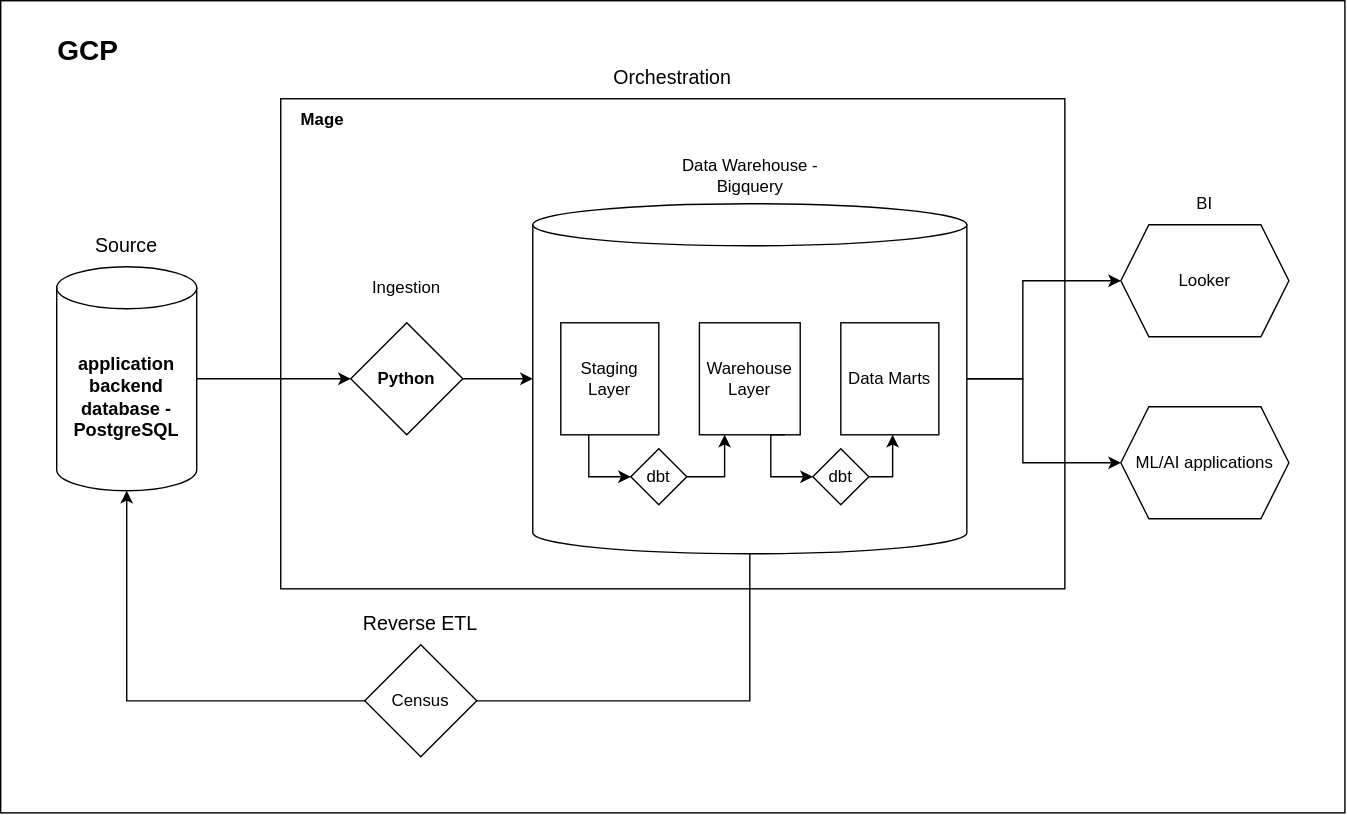
The draw.io diagram infrastructure_diagram.svg in moses90/bolt-modeling-task, before a commit. Source tidied: cells renumbered, new cells last; positions are measured from the earlier drawing's top-left corner, leaving out a move shared by most shapes.
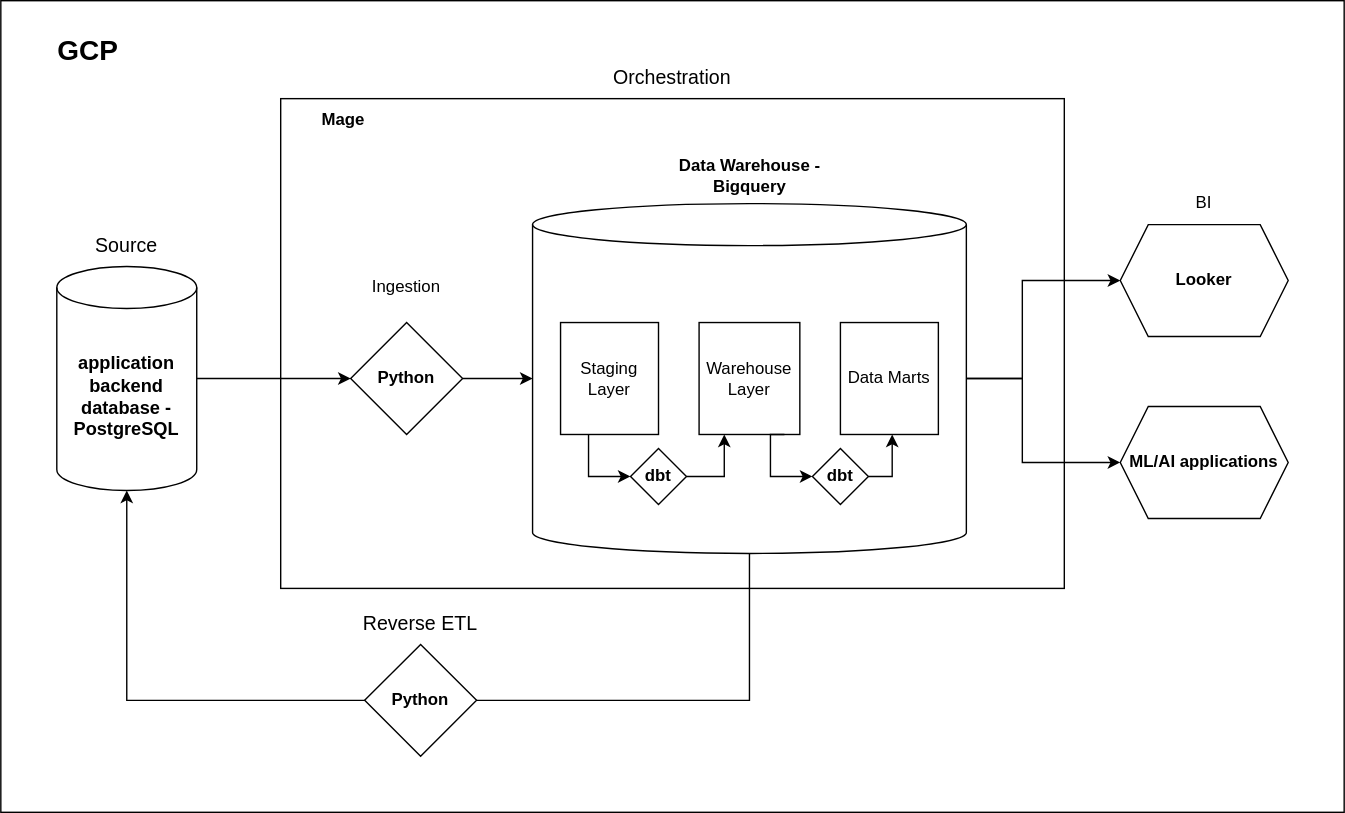
After the change.

Commit message:
Add infrastructure diagram svg

The edit, as a diff of the source:
```diff
@@ -43,10 +43,10 @@
         </Array>
       </mxGeometry>
     </mxCell>
-    <mxCell id="11" value="dbt" style="rhombus;whiteSpace=wrap;html=1;" parent="1" vertex="1">
+    <mxCell id="11" value="dbt" style="rhombus;whiteSpace=wrap;html=1;fontStyle=1;" parent="1" vertex="1">
       <mxGeometry x="450" y="320" width="40" height="40" as="geometry" />
     </mxCell>
-    <mxCell id="12" value="Looker" style="shape=hexagon;perimeter=hexagonPerimeter2;whiteSpace=wrap;html=1;fixedSize=1;" parent="1" vertex="1">
+    <mxCell id="12" value="Looker" style="shape=hexagon;perimeter=hexagonPerimeter2;whiteSpace=wrap;html=1;fixedSize=1;fontStyle=1;" parent="1" vertex="1">
       <mxGeometry x="800" y="160" width="120" height="80" as="geometry" />
     </mxCell>
     <mxCell id="13" value="Orchestration" style="text;html=1;strokeColor=none;fillColor=none;align=center;verticalAlign=middle;whiteSpace=wrap;rounded=0;fontStyle=0;fontSize=14;" parent="1" vertex="1">
@@ -64,11 +64,11 @@
     <mxCell id="17" value="Source" style="text;html=1;strokeColor=none;fillColor=none;align=center;verticalAlign=middle;whiteSpace=wrap;rounded=0;fontSize=14;" parent="1" vertex="1">
       <mxGeometry x="60" y="160" width="60" height="30" as="geometry" />
     </mxCell>
-    <mxCell id="18" value="Data Warehouse - Bigquery" style="text;html=1;strokeColor=none;fillColor=none;align=center;verticalAlign=middle;whiteSpace=wrap;rounded=0;" parent="1" vertex="1">
+    <mxCell id="18" value="Data Warehouse - Bigquery" style="text;html=1;strokeColor=none;fillColor=none;align=center;verticalAlign=middle;whiteSpace=wrap;rounded=0;fontStyle=1;" parent="1" vertex="1">
       <mxGeometry x="473" y="110" width="125" height="30" as="geometry" />
     </mxCell>
     <mxCell id="19" value="Mage" style="text;html=1;strokeColor=none;fillColor=none;align=center;verticalAlign=middle;whiteSpace=wrap;rounded=0;fontStyle=1;" parent="1" vertex="1">
-      <mxGeometry x="200" y="70" width="60" height="30" as="geometry" />
+      <mxGeometry x="200" y="70" width="90" height="30" as="geometry" />
     </mxCell>
     <mxCell id="20" style="endArrow=classic;html=1;rounded=0;entryX=0.5;entryY=1;entryDx=0;entryDy=0;entryPerimeter=0;exitX=0.5;exitY=1;exitDx=0;exitDy=0;exitPerimeter=0;" parent="1" edge="1" source="8" target="5">
       <mxGeometry relative="1" as="geometry">
@@ -78,7 +78,7 @@
         </Array>
       </mxGeometry>
     </mxCell>
-    <mxCell id="21" value="Census" style="rhombus;whiteSpace=wrap;html=1;" parent="1" vertex="1">
+    <mxCell id="21" value="Python" style="rhombus;whiteSpace=wrap;html=1;fontStyle=1;" parent="1" vertex="1">
       <mxGeometry x="260" y="460" width="80" height="80" as="geometry" />
     </mxCell>
     <mxCell id="22" value="Reverse ETL" style="text;html=1;strokeColor=none;fillColor=none;align=center;verticalAlign=middle;whiteSpace=wrap;rounded=0;fontSize=14;" parent="1" vertex="1">
@@ -108,7 +108,7 @@
         </Array>
       </mxGeometry>
     </mxCell>
-    <mxCell id="28" value="dbt" style="rhombus;whiteSpace=wrap;html=1;" parent="1" vertex="1">
+    <mxCell id="28" value="dbt" style="rhombus;whiteSpace=wrap;html=1;fontStyle=1;" parent="1" vertex="1">
       <mxGeometry x="580" y="320" width="40" height="40" as="geometry" />
     </mxCell>
     <mxCell id="29" style="edgeStyle=orthogonalEdgeStyle;rounded=0;jettySize=auto;html=1;entryX=0;entryY=0.5;entryDx=0;entryDy=0;" parent="1" edge="1" target="28">
@@ -123,7 +123,7 @@
     <mxCell id="30" value="BI" style="text;html=1;strokeColor=none;fillColor=none;align=center;verticalAlign=middle;whiteSpace=wrap;rounded=0;" parent="1" vertex="1">
       <mxGeometry x="830" y="130" width="60" height="30" as="geometry" />
     </mxCell>
-    <mxCell id="31" value="ML/AI applications" style="shape=hexagon;perimeter=hexagonPerimeter2;whiteSpace=wrap;html=1;fixedSize=1;" parent="1" vertex="1">
+    <mxCell id="31" value="ML/AI applications" style="shape=hexagon;perimeter=hexagonPerimeter2;whiteSpace=wrap;html=1;fixedSize=1;fontStyle=1;" parent="1" vertex="1">
       <mxGeometry x="800" y="290" width="120" height="80" as="geometry" />
     </mxCell>
   </root>
```
